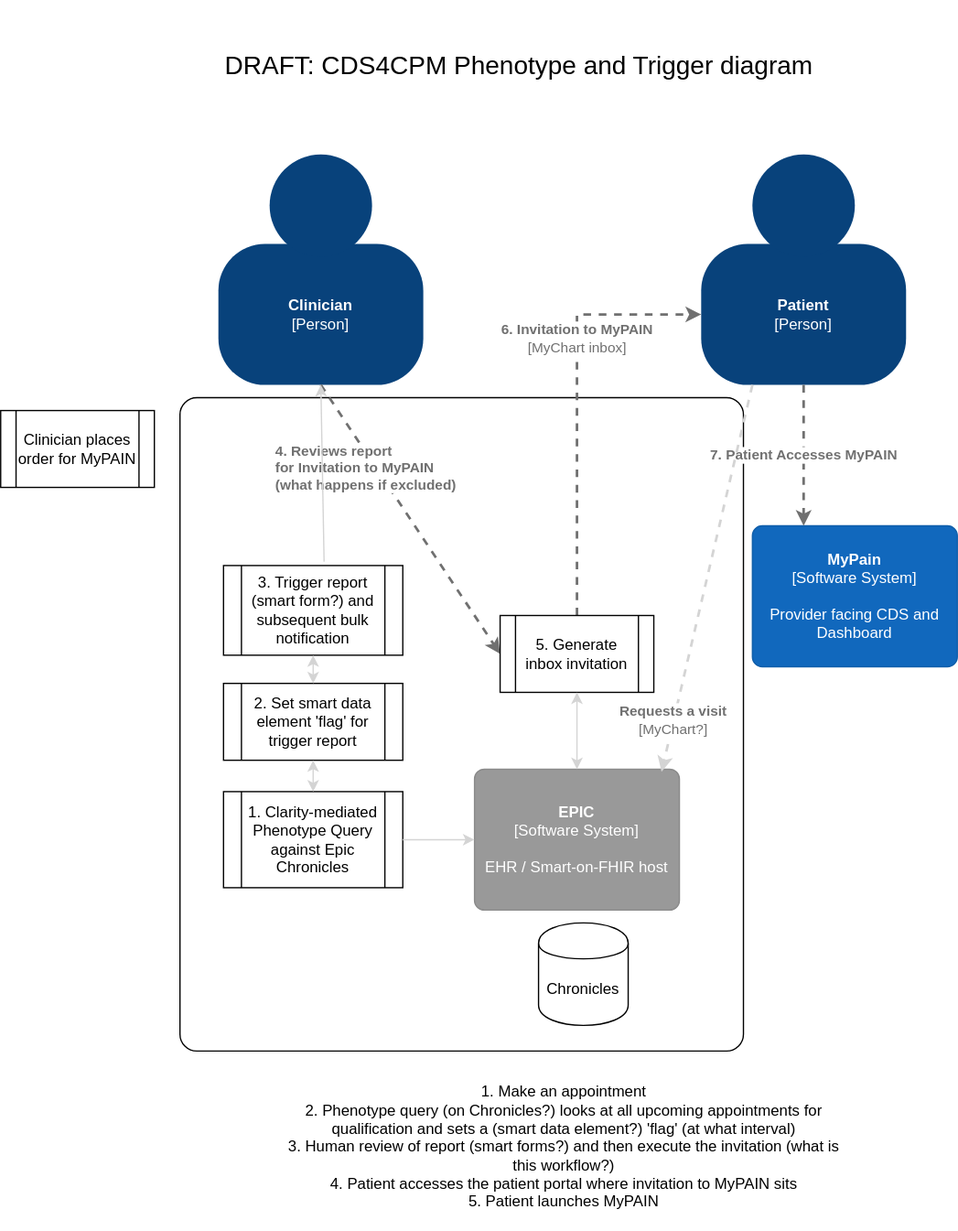
cqframework/cds4cpm keeps this draw.io diagram as input/pagecontent/img/CDS4CPM Phenotype and trigger diagram.svg. Above is the earlier version. Source tidied: cells renumbered, new cells last; positions are measured from the earlier drawing's top-left corner, leaving out a move shared by most shapes.
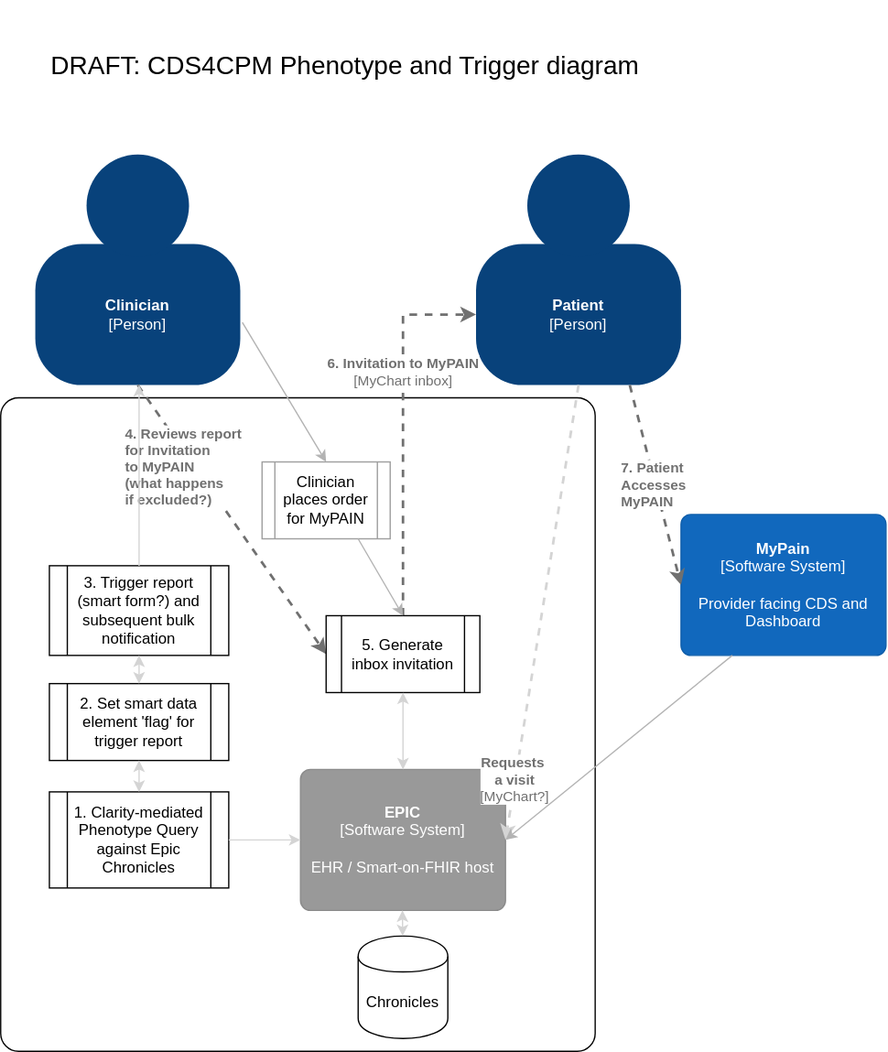
Above is the later version.

Diff of the diagram source:
```diff
@@ -4,11 +4,11 @@
     <mxCell id="1" parent="0" />
     <object id="2" label="&lt;div style=&quot;text-align: left&quot;&gt;&lt;br&gt;&lt;/div&gt;" c4Application="applicationAndVersion" c4Name="name" c4Type="ExecutionEnvironment" placeholders="1">
       <mxCell style="rounded=1;whiteSpace=wrap;html=1;labelBackgroundColor=none;fillColor=#ffffff;fontColor=#000000;align=left;arcSize=3;strokeColor=#000000;verticalAlign=bottom;" parent="1" vertex="1">
-        <mxGeometry x="140" y="310" width="440" height="510" as="geometry" />
+        <mxGeometry x="136" y="310" width="464" height="510" as="geometry" />
       </mxCell>
     </object>
     <mxCell id="3" style="group;rounded=0;labelBackgroundColor=none;fillColor=none;fontColor=#ffffff;align=center;html=1;" parent="1" vertex="1">
-      <mxGeometry x="170" y="120" width="160" height="180" as="geometry" />
+      <mxGeometry x="163" y="120" width="160" height="180" as="geometry" />
     </mxCell>
     <object id="4" label="&lt;b&gt;Clinician&lt;/b&gt;&lt;div&gt;[Person]&lt;/div&gt;" c4Description="Description" c4Name="name" c4Type="body" placeholders="1">
       <mxCell style="rounded=1;whiteSpace=wrap;html=1;labelBackgroundColor=none;fillColor=#08427b;fontColor=#ffffff;align=center;arcSize=33;strokeColor=3c7fc0;" parent="3" vertex="1">
@@ -19,7 +19,7 @@
       <mxGeometry x="40" width="80" height="80" as="geometry" />
     </mxCell>
     <mxCell id="6" style="group;rounded=0;labelBackgroundColor=none;fillColor=none;fontColor=#ffffff;align=center;html=1;" parent="1" vertex="1">
-      <mxGeometry x="547" y="120" width="160" height="180" as="geometry" />
+      <mxGeometry x="507" y="120" width="160" height="180" as="geometry" />
     </mxCell>
     <object id="7" label="&lt;div&gt;&lt;b&gt;Patient&lt;/b&gt;&lt;/div&gt;&lt;div&gt;[Person]&lt;/div&gt;" c4Description="Description" c4Name="name" c4Type="body" placeholders="1">
       <mxCell style="rounded=1;whiteSpace=wrap;html=1;labelBackgroundColor=none;fillColor=#08427b;fontColor=#ffffff;align=center;arcSize=33;strokeColor=3c7fc0;" parent="6" vertex="1">
@@ -31,7 +31,7 @@
     </mxCell>
     <object id="9" label="&lt;b&gt;MyPain&lt;/b&gt;&lt;div&gt;[Software System]&lt;/div&gt;&lt;div&gt;&lt;br&gt;&lt;/div&gt;&lt;div&gt;Provider facing CDS and Dashboard&lt;br&gt;&lt;/div&gt;" c4Description="Description" c4Name="name" c4Type="SoftwareSystem" placeholders="1">
       <mxCell style="rounded=1;whiteSpace=wrap;html=1;labelBackgroundColor=none;fillColor=#1168bd;fontColor=#ffffff;align=center;arcSize=7;strokeColor=#0f5eaa;" parent="1" vertex="1">
-        <mxGeometry x="587" y="410" width="160" height="110" as="geometry" />
+        <mxGeometry x="667" y="401" width="160" height="110" as="geometry" />
       </mxCell>
     </object>
     <object id="10" label="&lt;b&gt;EPIC&lt;/b&gt;&lt;div&gt;[Software System]&lt;/div&gt;&lt;div&gt;&lt;br&gt;&lt;/div&gt;&lt;div&gt;EHR / Smart-on-FHIR host&lt;br&gt;&lt;/div&gt;" c4Description="Description" c4Name="name" c4Type="SoftwareSystemDependency" placeholders="1">
@@ -39,10 +39,10 @@
         <mxGeometry x="370" y="600" width="160" height="110" as="geometry" />
       </mxCell>
     </object>
-    <mxCell id="11" value="&lt;div style=&quot;text-align: left&quot;&gt;&lt;b&gt;4. Reviews report&amp;nbsp;&lt;/b&gt;&lt;/div&gt;&lt;div style=&quot;text-align: left&quot;&gt;&lt;b&gt;for Invitation to MyPAIN&lt;/b&gt;&lt;/div&gt;&lt;div style=&quot;text-align: left&quot;&gt;&lt;b&gt;(what happens if excluded)&lt;/b&gt;&lt;/div&gt;" style="edgeStyle=none;rounded=0;html=1;entryX=0;entryY=0.5;jettySize=auto;strokeColor=#707070;strokeWidth=2;fontColor=#707070;jumpStyle=none;dashed=1;exitX=0.5;exitY=1;exitDx=0;exitDy=0;entryDx=0;entryDy=0;" parent="1" edge="1" source="4" target="23">
+    <mxCell id="11" value="&lt;div style=&quot;text-align: left&quot;&gt;&lt;b&gt;4. Reviews report&amp;nbsp;&lt;/b&gt;&lt;/div&gt;&lt;div style=&quot;text-align: left&quot;&gt;&lt;b&gt;for Invitation&amp;nbsp;&lt;/b&gt;&lt;/div&gt;&lt;div style=&quot;text-align: left&quot;&gt;&lt;b&gt;to MyPAIN&lt;/b&gt;&lt;/div&gt;&lt;div style=&quot;text-align: left&quot;&gt;&lt;b&gt;(what happens&amp;nbsp;&lt;/b&gt;&lt;/div&gt;&lt;div style=&quot;text-align: left&quot;&gt;&lt;b&gt;if excluded?)&lt;/b&gt;&lt;/div&gt;" style="edgeStyle=none;rounded=0;html=1;entryX=0;entryY=0.5;jettySize=auto;strokeColor=#707070;strokeWidth=2;fontColor=#707070;jumpStyle=none;dashed=1;exitX=0.5;exitY=1;exitDx=0;exitDy=0;entryDx=0;entryDy=0;" parent="1" edge="1" source="4" target="23">
       <mxGeometry x="-0.42" y="-7" relative="1" as="geometry" />
     </mxCell>
-    <mxCell id="12" value="&lt;div style=&quot;text-align: left&quot;&gt;&lt;b&gt;7. Patient Accesses MyPAIN&lt;/b&gt;&lt;/div&gt;" style="edgeStyle=none;rounded=0;html=1;entryX=0.25;entryY=0;jettySize=auto;strokeColor=#707070;strokeWidth=2;fontColor=#707070;jumpStyle=none;dashed=1;exitX=0.5;exitY=1;exitDx=0;exitDy=0;entryDx=0;entryDy=0;" parent="1" edge="1" source="7" target="9">
+    <mxCell id="12" value="&lt;div style=&quot;text-align: left&quot;&gt;&lt;b&gt;7. Patient&amp;nbsp;&lt;/b&gt;&lt;/div&gt;&lt;div style=&quot;text-align: left&quot;&gt;&lt;b&gt;Accesses&amp;nbsp;&lt;/b&gt;&lt;/div&gt;&lt;div style=&quot;text-align: left&quot;&gt;&lt;b&gt;MyPAIN&lt;/b&gt;&lt;/div&gt;" style="edgeStyle=none;rounded=0;html=1;jettySize=auto;strokeColor=#707070;strokeWidth=2;fontColor=#707070;jumpStyle=none;dashed=1;exitX=0.75;exitY=1;exitDx=0;exitDy=0;entryX=0;entryY=0.5;entryDx=0;entryDy=0;" parent="1" edge="1" source="7" target="9">
       <mxGeometry relative="1" as="geometry" />
     </mxCell>
     <mxCell id="13" value="&lt;div&gt;&lt;div align=&quot;center&quot;&gt;&lt;b&gt;6. Invitation to MyPAIN&lt;/b&gt;&lt;/div&gt;&lt;div style=&quot;text-align: center&quot;&gt;[MyChart inbox]&lt;/div&gt;&lt;/div&gt;" style="edgeStyle=none;rounded=0;html=1;entryX=0;entryY=0.5;jettySize=auto;strokeColor=#707070;strokeWidth=2;fontColor=#707070;jumpStyle=none;dashed=1;entryDx=0;entryDy=0;exitX=0.5;exitY=0;exitDx=0;exitDy=0;" parent="1" edge="1" source="23" target="7">
@@ -53,10 +53,8 @@
         </Array>
       </mxGeometry>
     </mxCell>
-    <mxCell id="14" value="&lt;div&gt;&lt;div align=&quot;center&quot;&gt;&lt;b&gt;Requests a visit&lt;/b&gt;&lt;/div&gt;&lt;/div&gt;&lt;div align=&quot;center&quot;&gt;[MyChart?]&lt;b&gt;&lt;br&gt;&lt;/b&gt;&lt;/div&gt;" style="edgeStyle=none;rounded=0;html=1;entryX=0.894;entryY=0.018;jettySize=auto;strokeColor=#D4D4D4;strokeWidth=2;fontColor=#707070;jumpStyle=none;dashed=1;entryDx=0;entryDy=0;exitX=0.25;exitY=1;exitDx=0;exitDy=0;entryPerimeter=0;" parent="1" edge="1" source="7">
-      <mxGeometry x="0.74" relative="1" as="geometry">
-        <mxPoint x="516" y="602" as="targetPoint" />
-      </mxGeometry>
+    <mxCell id="14" value="&lt;div&gt;&lt;div align=&quot;center&quot;&gt;&lt;b&gt;Requests&amp;nbsp;&lt;/b&gt;&lt;/div&gt;&lt;div align=&quot;center&quot;&gt;&lt;b&gt;a visit&lt;/b&gt;&lt;/div&gt;&lt;/div&gt;&lt;div align=&quot;center&quot;&gt;[MyChart?]&lt;b&gt;&lt;br&gt;&lt;/b&gt;&lt;/div&gt;" style="edgeStyle=none;rounded=0;html=1;jettySize=auto;strokeColor=#D4D4D4;strokeWidth=2;fontColor=#707070;jumpStyle=none;dashed=1;exitX=0.5;exitY=1;exitDx=0;exitDy=0;entryX=1;entryY=0.5;entryDx=0;entryDy=0;" parent="1" edge="1" source="7" target="10">
+      <mxGeometry x="0.74" relative="1" as="geometry" />
     </mxCell>
     <mxCell id="15" value="DRAFT: CDS4CPM Phenotype and Trigger diagram" style="text;html=1;strokeColor=none;fillColor=none;align=center;verticalAlign=middle;whiteSpace=wrap;rounded=0;fontSize=20;fontColor=#000000;" parent="1" vertex="1">
       <mxGeometry x="170" width="470" height="100" as="geometry" />
@@ -70,9 +68,6 @@
     <mxCell id="18" value="2. Set smart data element 'flag' for trigger report" style="shape=process;whiteSpace=wrap;html=1;backgroundOutline=1;" parent="1" vertex="1">
       <mxGeometry x="174" y="533" width="140" height="60" as="geometry" />
     </mxCell>
-    <mxCell id="19" value="1. Make an appointment&lt;br&gt;2. Phenotype query (on Chronicles?) looks at all upcoming appointments for qualification&amp;nbsp;and sets a (smart data element?) 'flag' (at what interval)&lt;br&gt;3. Human review of report (smart forms?) and then execute the invitation (what is this workflow?)&lt;br&gt;4. Patient accesses the patient portal where invitation to MyPAIN sits&lt;br&gt;5. Patient launches MyPAIN" style="text;html=1;strokeColor=none;fillColor=none;align=center;verticalAlign=middle;whiteSpace=wrap;rounded=0;" parent="1" vertex="1">
-      <mxGeometry x="220" y="830" width="440" height="130" as="geometry" />
-    </mxCell>
     <mxCell id="20" style="endArrow=classic;html=1;strokeColor=#D4D4D4;exitX=1;exitY=0.5;exitDx=0;exitDy=0;entryX=0;entryY=0.5;entryDx=0;entryDy=0;" parent="1" edge="1" source="16" target="10">
       <mxGeometry relative="1" as="geometry" />
     </mxCell>
@@ -85,19 +80,33 @@
     <mxCell id="23" value="5. Generate inbox invitation" style="shape=process;whiteSpace=wrap;html=1;backgroundOutline=1;" parent="1" vertex="1">
       <mxGeometry x="390" y="480" width="120" height="60" as="geometry" />
     </mxCell>
-    <mxCell id="24" style="endArrow=classic;html=1;strokeColor=#D4D4D4;exitX=0.561;exitY=-0.043;exitDx=0;exitDy=0;exitPerimeter=0;" parent="1" edge="1" source="17">
+    <mxCell id="24" style="endArrow=classic;html=1;strokeColor=#D4D4D4;exitX=0.5;exitY=0;exitDx=0;exitDy=0;" parent="1" edge="1" source="17">
       <mxGeometry relative="1" as="geometry">
-        <mxPoint x="250" y="300" as="targetPoint" />
+        <mxPoint x="244" y="300" as="targetPoint" />
       </mxGeometry>
     </mxCell>
     <mxCell id="25" style="endArrow=classic;startArrow=classic;html=1;strokeColor=#D4D4D4;exitX=0.5;exitY=0;exitDx=0;exitDy=0;entryX=0.5;entryY=1;entryDx=0;entryDy=0;" parent="1" edge="1" source="10" target="23">
       <mxGeometry relative="1" as="geometry" />
     </mxCell>
     <mxCell id="26" value="Chronicles" style="shape=cylinder;whiteSpace=wrap;html=1;boundedLbl=1;backgroundOutline=1;" parent="1" vertex="1">
-      <mxGeometry x="420" y="720" width="70" height="80" as="geometry" />
+      <mxGeometry x="415" y="730" width="70" height="80" as="geometry" />
     </mxCell>
-    <mxCell id="27" value="Clinician places order for MyPAIN" style="shape=process;whiteSpace=wrap;html=1;backgroundOutline=1;" parent="1" vertex="1">
-      <mxGeometry y="320" width="120" height="60" as="geometry" />
+    <mxCell id="27" value="Clinician &lt;br&gt;places order &lt;br&gt;for MyPAIN" style="shape=process;whiteSpace=wrap;html=1;backgroundOutline=1;strokeColor=#9E9E9E;" parent="1" vertex="1">
+      <mxGeometry x="340" y="360" width="100" height="60" as="geometry" />
     </mxCell>
+    <mxCell id="28" style="endArrow=classic;html=1;strokeColor=#B3B3B3;exitX=1.01;exitY=0.555;exitDx=0;exitDy=0;exitPerimeter=0;entryX=0.5;entryY=0;entryDx=0;entryDy=0;" parent="1" edge="1" source="4" target="27">
+      <mxGeometry relative="1" as="geometry" />
+    </mxCell>
+    <mxCell id="29" style="endArrow=classic;html=1;strokeColor=#B3B3B3;entryX=0.5;entryY=0;entryDx=0;entryDy=0;exitX=0.75;exitY=1;exitDx=0;exitDy=0;" parent="1" edge="1" source="27" target="23">
+      <mxGeometry relative="1" as="geometry" />
+    </mxCell>
+    <mxCell id="30" style="endArrow=classic;startArrow=classic;html=1;strokeColor=#D4D4D4;entryX=0.5;entryY=1;entryDx=0;entryDy=0;" parent="1" edge="1" source="26">
+      <mxGeometry relative="1" as="geometry">
+        <mxPoint x="449.6" y="710" as="targetPoint" />
+      </mxGeometry>
+    </mxCell>
+    <mxCell id="31" style="endArrow=classic;html=1;strokeColor=#B3B3B3;entryX=1;entryY=0.5;entryDx=0;entryDy=0;exitX=0.25;exitY=1;exitDx=0;exitDy=0;" parent="1" edge="1" source="9" target="10">
+      <mxGeometry relative="1" as="geometry" />
+    </mxCell>
   </root>
 </mxGraphModel>
```
